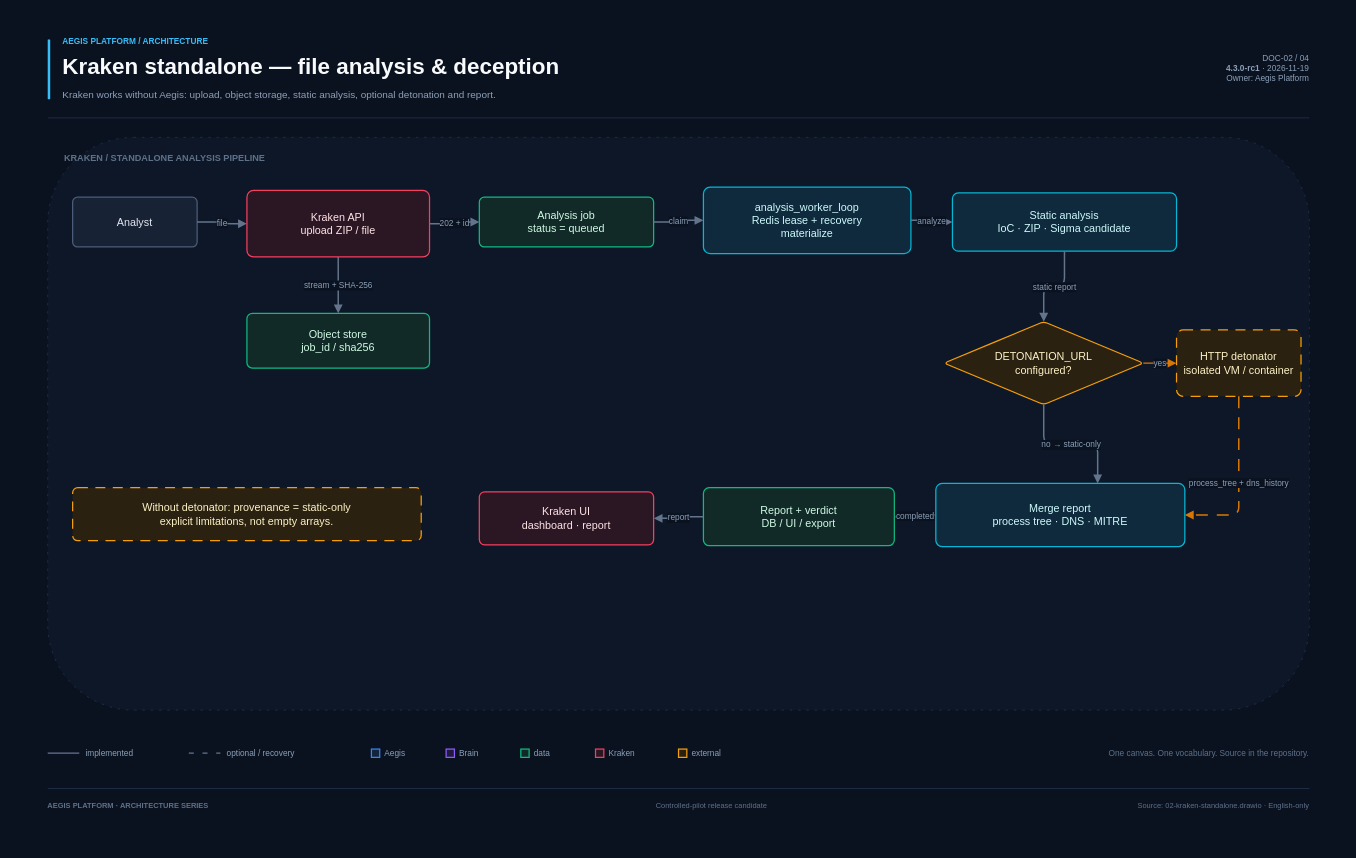
Above: docs/diagrams/02-kraken-standalone.drawio in Terminalkid09/aegis-ecosystem (draw.io), before the change. Source tidied: cells renumbered, new cells numbered last; positions are measured from the earlier drawing's top-left corner, leaving out a move shared by most shapes. Both pictures are drawn from the tidied source at 83%, with x=0, y=0 at pixel (14, 14).
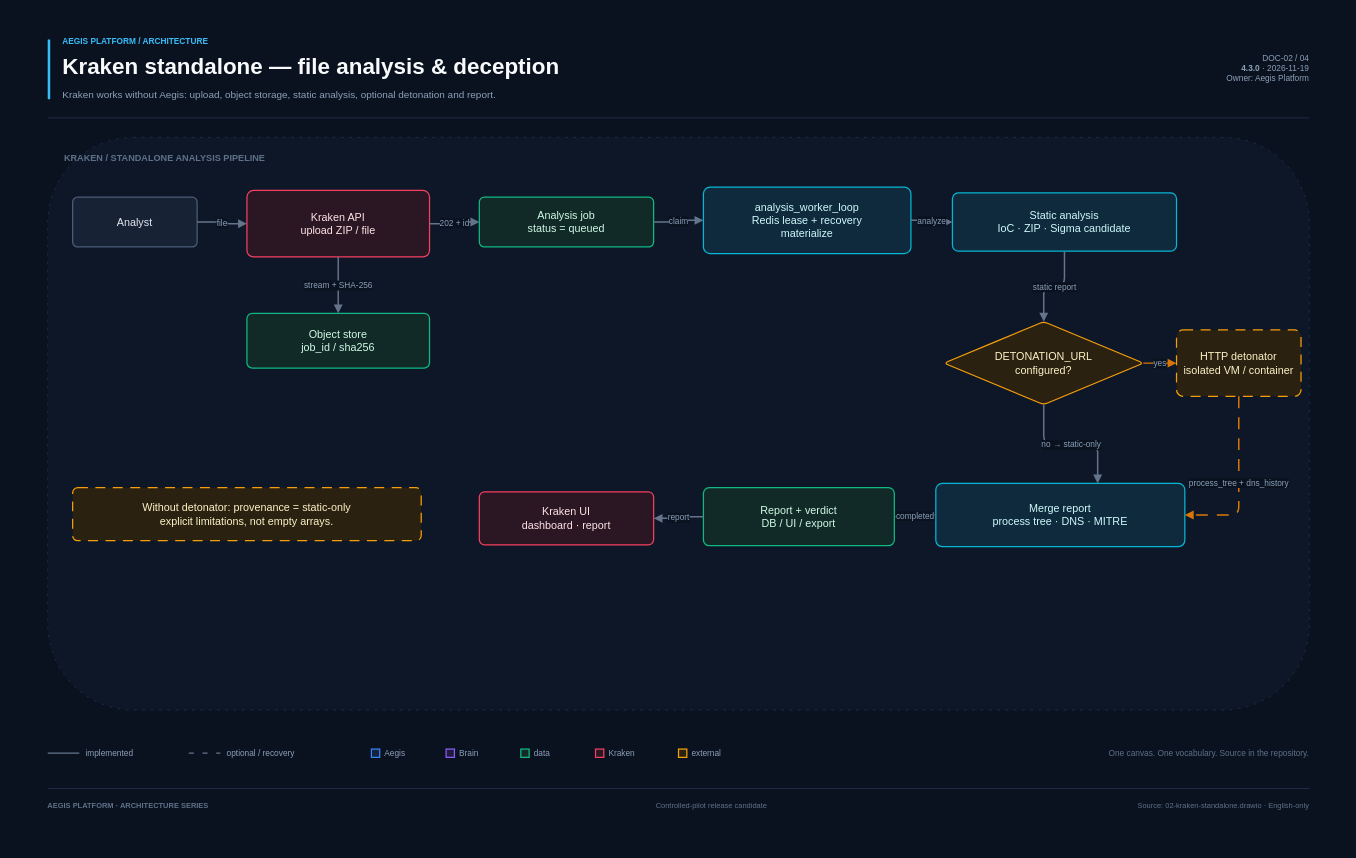
Above is the later version.

The edit, as a diff of the source:
```diff
@@
-    <mxCell id="8" value="DOC-02  /  04&lt;br/&gt;&lt;b&gt;4.3.0-rc1&lt;/b&gt;  ·  2026-11-19&lt;br/&gt;Owner: Aegis Platform" style="text;html=1;strokeColor=none;fillColor=none;align=right;verticalAlign=middle;fontSize=10;fontColor=#8CA0B8;whiteSpace=wrap;fontFamily=Helvetica;spacing=0;" parent="1" vertex="1">
+    <mxCell id="8" value="DOC-02  /  04&lt;br/&gt;&lt;b&gt;4.3.0&lt;/b&gt;  ·  2026-11-19&lt;br/&gt;Owner: Aegis Platform" style="text;html=1;strokeColor=none;fillColor=none;align=right;verticalAlign=middle;fontSize=10;fontColor=#8CA0B8;whiteSpace=wrap;fontFamily=Helvetica;spacing=0;" parent="1" vertex="1">
       <mxGeometry x="1180" y="31" width="380" height="65" as="geometry" />
     </mxCell>
```
